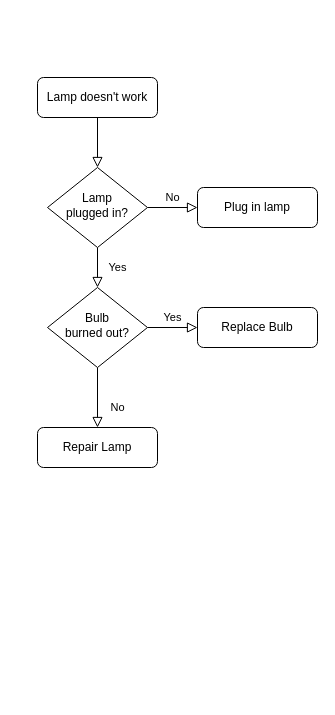
Earlier version of the draw.io diagram Untitled Diagram.drawio (tamaranesterenko/Python.LR_5). Source tidied: cells renumbered, new cells numbered last; positions are measured from the earlier drawing's top-left corner, leaving out a move shared by most shapes. Both pictures are drawn from the tidied source at 100%, with x=0, y=0 at pixel (37, 77).
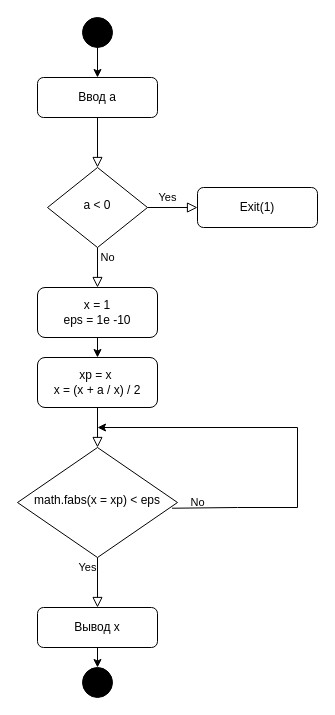
Above is the later version.

Diff of the diagram source:
```diff
@@
-    <mxCell id="3" value="Lamp doesn't work" style="rounded=1;whiteSpace=wrap;html=1;fontSize=12;glass=0;strokeWidth=1;shadow=0;" parent="1" vertex="1">
+    <mxCell id="3" value="Ввод a" style="rounded=1;whiteSpace=wrap;html=1;fontSize=12;glass=0;strokeWidth=1;shadow=0;" parent="1" vertex="1">
       <mxGeometry width="120" height="40" as="geometry" />
     </mxCell>
-    <mxCell id="4" value="Yes" style="rounded=0;html=1;jettySize=auto;fontSize=11;endArrow=block;endFill=0;endSize=8;strokeWidth=1;shadow=0;labelBackgroundColor=none;edgeStyle=orthogonalEdgeStyle;" parent="1" edge="1" source="6" target="10">
-      <mxGeometry y="20" relative="1" as="geometry" />
+    <mxCell id="4" value="Yes" style="rounded=0;html=1;jettySize=auto;fontSize=11;endArrow=block;endFill=0;endSize=8;strokeWidth=1;shadow=0;labelBackgroundColor=none;edgeStyle=orthogonalEdgeStyle;entryX=0.5;entryY=0;entryDx=0;entryDy=0;" parent="1" edge="1" source="6" target="13">
+      <mxGeometry x="-1" y="86" relative="1" as="geometry">
+        <mxPoint x="-16" y="-50" as="offset" />
+      </mxGeometry>
     </mxCell>
     <mxCell id="5" value="No" style="edgeStyle=orthogonalEdgeStyle;rounded=0;html=1;jettySize=auto;fontSize=11;endArrow=block;endFill=0;endSize=8;strokeWidth=1;shadow=0;labelBackgroundColor=none;" parent="1" edge="1" source="6" target="7">
-      <mxGeometry y="10" relative="1" as="geometry" />
+      <mxGeometry x="-1" y="-64" relative="1" as="geometry">
+        <mxPoint x="-40" y="-14" as="offset" />
+      </mxGeometry>
     </mxCell>
-    <mxCell id="6" value="Lamp&lt;br&gt;plugged in?" style="rhombus;whiteSpace=wrap;html=1;shadow=0;fontFamily=Helvetica;fontSize=12;align=center;strokeWidth=1;spacing=6;spacingTop=-4;" parent="1" vertex="1">
+    <mxCell id="6" value="a &amp;lt; 0" style="rhombus;whiteSpace=wrap;html=1;shadow=0;fontFamily=Helvetica;fontSize=12;align=center;strokeWidth=1;spacing=6;spacingTop=-4;" parent="1" vertex="1">
       <mxGeometry x="10" y="90" width="100" height="80" as="geometry" />
     </mxCell>
-    <mxCell id="7" value="Plug in lamp" style="rounded=1;whiteSpace=wrap;html=1;fontSize=12;glass=0;strokeWidth=1;shadow=0;" parent="1" vertex="1">
+    <mxCell id="7" value="Exit(1)" style="rounded=1;whiteSpace=wrap;html=1;fontSize=12;glass=0;strokeWidth=1;shadow=0;" parent="1" vertex="1">
       <mxGeometry x="160" y="110" width="120" height="40" as="geometry" />
     </mxCell>
     <mxCell id="8" value="No" style="rounded=0;html=1;jettySize=auto;fontSize=11;endArrow=block;endFill=0;endSize=8;strokeWidth=1;shadow=0;labelBackgroundColor=none;edgeStyle=orthogonalEdgeStyle;" parent="1" edge="1" source="10" target="11">
-      <mxGeometry x="0.33" y="20" relative="1" as="geometry" />
+      <mxGeometry x="-1" y="114" relative="1" as="geometry">
+        <mxPoint x="-14" y="-55" as="offset" />
+      </mxGeometry>
     </mxCell>
-    <mxCell id="9" value="Yes" style="edgeStyle=orthogonalEdgeStyle;rounded=0;html=1;jettySize=auto;fontSize=11;endArrow=block;endFill=0;endSize=8;strokeWidth=1;shadow=0;labelBackgroundColor=none;" parent="1" edge="1" source="10" target="12">
-      <mxGeometry y="10" relative="1" as="geometry" />
+    <mxCell id="9" value="Yes" style="edgeStyle=orthogonalEdgeStyle;rounded=0;html=1;jettySize=auto;fontSize=11;endArrow=block;endFill=0;endSize=8;strokeWidth=1;shadow=0;labelBackgroundColor=none;exitX=0.5;exitY=1;exitDx=0;exitDy=0;entryX=0.5;entryY=0;entryDx=0;entryDy=0;" parent="1" edge="1" source="12" target="10">
+      <mxGeometry x="1" y="-120" relative="1" as="geometry">
+        <mxPoint x="110" y="120" as="offset" />
+      </mxGeometry>
     </mxCell>
-    <mxCell id="10" value="Bulb&lt;br&gt;burned out?" style="rhombus;whiteSpace=wrap;html=1;shadow=0;fontFamily=Helvetica;fontSize=12;align=center;strokeWidth=1;spacing=6;spacingTop=-4;" parent="1" vertex="1">
-      <mxGeometry x="10" y="210" width="100" height="80" as="geometry" />
+    <mxCell id="10" value="math.fabs(x = xp) &amp;lt; eps" style="rhombus;whiteSpace=wrap;html=1;shadow=0;fontFamily=Helvetica;fontSize=12;align=center;strokeWidth=1;spacing=6;spacingTop=-4;" parent="1" vertex="1">
+      <mxGeometry x="-20" y="370" width="160" height="110" as="geometry" />
     </mxCell>
-    <mxCell id="11" value="Repair Lamp" style="rounded=1;whiteSpace=wrap;html=1;fontSize=12;glass=0;strokeWidth=1;shadow=0;" parent="1" vertex="1">
-      <mxGeometry y="350" width="120" height="40" as="geometry" />
+    <mxCell id="11" value="Вывод x" style="rounded=1;whiteSpace=wrap;html=1;fontSize=12;glass=0;strokeWidth=1;shadow=0;" parent="1" vertex="1">
+      <mxGeometry y="530" width="120" height="40" as="geometry" />
     </mxCell>
-    <mxCell id="12" value="Replace Bulb" style="rounded=1;whiteSpace=wrap;html=1;fontSize=12;glass=0;strokeWidth=1;shadow=0;" parent="1" vertex="1">
-      <mxGeometry x="160" y="230" width="120" height="40" as="geometry" />
+    <mxCell id="12" value="xp = x&amp;nbsp;&lt;br&gt;x = (x + a / x) / 2" style="rounded=1;whiteSpace=wrap;html=1;fontSize=12;glass=0;strokeWidth=1;shadow=0;" parent="1" vertex="1">
+      <mxGeometry y="280" width="120" height="50" as="geometry" />
     </mxCell>
+    <mxCell id="13" value="x = 1&lt;br&gt;eps = 1e -10" style="rounded=1;whiteSpace=wrap;html=1;" parent="1" vertex="1">
+      <mxGeometry y="210" width="120" height="50" as="geometry" />
+    </mxCell>
+    <mxCell id="14" style="endArrow=classic;html=1;rounded=0;exitX=0.5;exitY=1;exitDx=0;exitDy=0;entryX=0.5;entryY=0;entryDx=0;entryDy=0;" parent="1" edge="1" source="13" target="12">
+      <mxGeometry relative="1" as="geometry" />
+    </mxCell>
+    <mxCell id="15" style="endArrow=none;html=1;rounded=0;exitX=0.966;exitY=0.552;exitDx=0;exitDy=0;exitPerimeter=0;" parent="1" edge="1" source="10">
+      <mxGeometry relative="1" as="geometry">
+        <mxPoint x="260" y="430" as="targetPoint" />
+        <Array as="points">
+          <mxPoint x="200" y="430" />
+        </Array>
+      </mxGeometry>
+    </mxCell>
+    <mxCell id="16" style="endArrow=none;html=1;rounded=0;" parent="1" edge="1">
+      <mxGeometry relative="1" as="geometry">
+        <mxPoint x="260" y="430" as="sourcePoint" />
+        <mxPoint x="260" y="350" as="targetPoint" />
+      </mxGeometry>
+    </mxCell>
+    <mxCell id="17" style="endArrow=classic;html=1;rounded=0;" parent="1" edge="1">
+      <mxGeometry relative="1" as="geometry">
+        <mxPoint x="260" y="350" as="sourcePoint" />
+        <mxPoint x="60" y="350" as="targetPoint" />
+      </mxGeometry>
+    </mxCell>
+    <mxCell id="18" style="endArrow=classic;html=1;rounded=0;exitX=0.5;exitY=1;exitDx=0;exitDy=0;" parent="1" edge="1" source="11" target="19">
+      <mxGeometry relative="1" as="geometry" />
+    </mxCell>
+    <mxCell id="19" style="ellipse;whiteSpace=wrap;html=1;fillColor=#000000;" parent="1" vertex="1">
+      <mxGeometry x="45" y="590" width="30" height="30" as="geometry" />
+    </mxCell>
+    <mxCell id="20" style="ellipse;whiteSpace=wrap;html=1;fillColor=#000000;" parent="1" vertex="1">
+      <mxGeometry x="45" y="-60" width="30" height="30" as="geometry" />
+    </mxCell>
+    <mxCell id="21" style="endArrow=classic;html=1;rounded=0;exitX=0.5;exitY=1;exitDx=0;exitDy=0;entryX=0.5;entryY=0;entryDx=0;entryDy=0;" parent="1" edge="1" source="20" target="3">
+      <mxGeometry relative="1" as="geometry" />
+    </mxCell>
```
